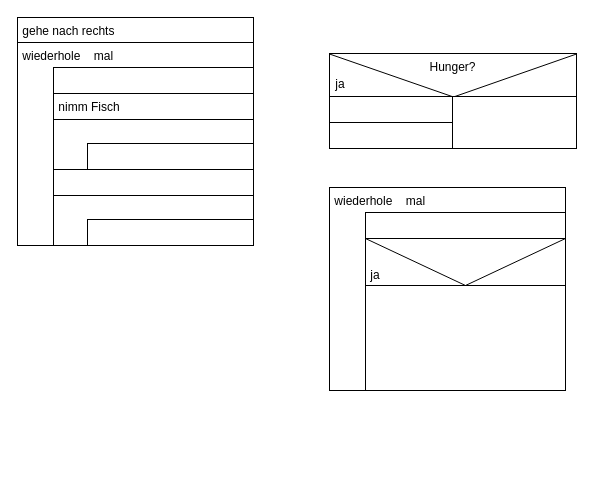
JoernWVSG/diagram keeps this draw.io diagram as page "Seite-4" (4 of 4) of Jahrgangsstufe 7.drawio. Above is the earlier version. Source tidied: cells renumbered, new cells numbered last; positions are measured from the earlier drawing's top-left corner, leaving out a move shared by most shapes. Both pictures are drawn from the tidied source at 100%, with x=0, y=0 at pixel (17, 17).
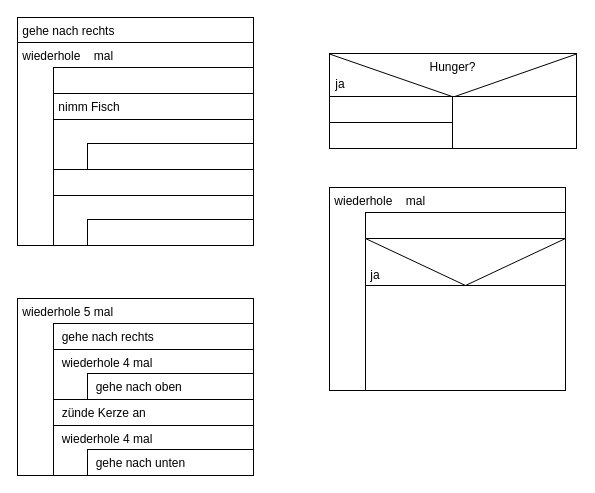
After the change.

The edit, as a diff of the source:
```diff
@@
+    <mxCell id="25" value="&amp;nbsp;wiederhole 5 mal" style="rounded=0;whiteSpace=wrap;html=1;align=left;verticalAlign=top;" parent="1" vertex="1">
+      <mxGeometry y="281" width="236" height="177" as="geometry" />
+    </mxCell>
+    <mxCell id="26" value="&amp;nbsp; gehe nach rechts" style="rounded=0;whiteSpace=wrap;html=1;align=left;verticalAlign=top;" parent="1" vertex="1">
+      <mxGeometry x="36" y="306" width="200" height="26" as="geometry" />
+    </mxCell>
+    <mxCell id="27" value="&amp;nbsp; wiederhole 4 mal" style="rounded=0;whiteSpace=wrap;html=1;align=left;verticalAlign=top;" parent="1" vertex="1">
+      <mxGeometry x="36" y="332" width="200" height="50" as="geometry" />
+    </mxCell>
+    <mxCell id="28" value="&amp;nbsp; gehe nach oben" style="rounded=0;whiteSpace=wrap;html=1;align=left;verticalAlign=top;" parent="1" vertex="1">
+      <mxGeometry x="70" y="356" width="166" height="26" as="geometry" />
+    </mxCell>
+    <mxCell id="29" value="&amp;nbsp; zünde Kerze an" style="rounded=0;whiteSpace=wrap;html=1;align=left;verticalAlign=top;" parent="1" vertex="1">
+      <mxGeometry x="36" y="382" width="200" height="26" as="geometry" />
+    </mxCell>
+    <mxCell id="30" value="&amp;nbsp; wiederhole 4 mal" style="rounded=0;whiteSpace=wrap;html=1;align=left;verticalAlign=top;" parent="1" vertex="1">
+      <mxGeometry x="36" y="408" width="200" height="50" as="geometry" />
+    </mxCell>
+    <mxCell id="31" value="&amp;nbsp; gehe nach unten" style="rounded=0;whiteSpace=wrap;html=1;align=left;verticalAlign=top;" parent="1" vertex="1">
+      <mxGeometry x="70" y="432" width="166" height="26" as="geometry" />
+    </mxCell>
```
